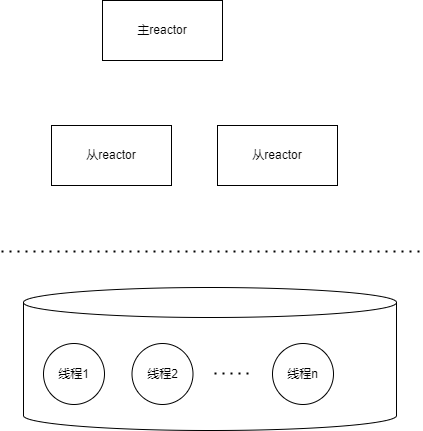
Before: CS/项目/仿muduo/整体框架图.drawio.png, a diagram exported from draw.io (sirius-zyj/Images). Source tidied: cells renumbered, new cells last; positions are measured from the earlier drawing's top-left corner, leaving out a move shared by most shapes. Source of this version:
```xml
<mxGraphModel background="#ffffff">
  <root>
    <mxCell id="0" />
    <mxCell id="1" parent="0" />
    <mxCell id="2" value="主reactor" style="rounded=0;whiteSpace=wrap;html=1;" parent="1" vertex="1">
      <mxGeometry x="101" width="120" height="60" as="geometry" />
    </mxCell>
    <mxCell id="3" value="从reactor" style="rounded=0;whiteSpace=wrap;html=1;" parent="1" vertex="1">
      <mxGeometry x="216" y="125" width="120" height="60" as="geometry" />
    </mxCell>
    <mxCell id="4" style="endArrow=none;dashed=1;html=1;dashPattern=1 3;strokeWidth=2;rounded=0;" parent="1" edge="1">
      <mxGeometry relative="1" as="geometry">
        <mxPoint y="251" as="sourcePoint" />
        <mxPoint x="420" y="251" as="targetPoint" />
      </mxGeometry>
    </mxCell>
    <mxCell id="5" value="从reactor" style="rounded=0;whiteSpace=wrap;html=1;" parent="1" vertex="1">
      <mxGeometry x="50" y="125" width="120" height="60" as="geometry" />
    </mxCell>
    <mxCell id="6" style="shape=cylinder3;whiteSpace=wrap;html=1;boundedLbl=1;backgroundOutline=1;size=15;" parent="1" vertex="1">
      <mxGeometry x="22" y="287" width="373" height="143" as="geometry" />
    </mxCell>
    <mxCell id="7" value="线程1" style="ellipse;whiteSpace=wrap;html=1;" parent="1" vertex="1">
      <mxGeometry x="42" y="343" width="61" height="61" as="geometry" />
    </mxCell>
    <mxCell id="8" value="线程2" style="ellipse;whiteSpace=wrap;html=1;" parent="1" vertex="1">
      <mxGeometry x="130.5" y="343" width="61" height="61" as="geometry" />
    </mxCell>
    <mxCell id="9" value="线程n" style="ellipse;whiteSpace=wrap;html=1;" parent="1" vertex="1">
      <mxGeometry x="271" y="343" width="61" height="61" as="geometry" />
    </mxCell>
    <mxCell id="10" style="endArrow=none;dashed=1;html=1;dashPattern=1 3;strokeWidth=2;rounded=0;entryX=0.609;entryY=0.601;entryDx=0;entryDy=0;entryPerimeter=0;" parent="1" edge="1" target="6">
      <mxGeometry relative="1" as="geometry">
        <mxPoint x="213" y="373" as="sourcePoint" />
      </mxGeometry>
    </mxCell>
  </root>
</mxGraphModel>
```
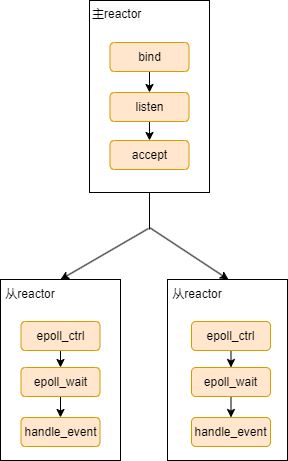
Later version of the same file.

Commit message:
更新整体框架图.drawio.png

The edit, as a diff of the source:
```diff
@@ -2,37 +2,83 @@
   <root>
     <mxCell id="0" />
     <mxCell id="1" parent="0" />
-    <mxCell id="2" value="主reactor" style="rounded=0;whiteSpace=wrap;html=1;" parent="1" vertex="1">
-      <mxGeometry x="101" width="120" height="60" as="geometry" />
+    <mxCell id="2" style="rounded=0;whiteSpace=wrap;html=1;" parent="1" vertex="1">
+      <mxGeometry x="139" y="-154" width="120" height="192" as="geometry" />
     </mxCell>
-    <mxCell id="3" value="从reactor" style="rounded=0;whiteSpace=wrap;html=1;" parent="1" vertex="1">
-      <mxGeometry x="216" y="125" width="120" height="60" as="geometry" />
-    </mxCell>
-    <mxCell id="4" style="endArrow=none;dashed=1;html=1;dashPattern=1 3;strokeWidth=2;rounded=0;" parent="1" edge="1">
-      <mxGeometry relative="1" as="geometry">
-        <mxPoint y="251" as="sourcePoint" />
-        <mxPoint x="420" y="251" as="targetPoint" />
-      </mxGeometry>
-    </mxCell>
-    <mxCell id="5" value="从reactor" style="rounded=0;whiteSpace=wrap;html=1;" parent="1" vertex="1">
-      <mxGeometry x="50" y="125" width="120" height="60" as="geometry" />
+    <mxCell id="5" style="rounded=0;whiteSpace=wrap;html=1;" parent="1" vertex="1">
+      <mxGeometry x="50" y="125" width="120" height="181" as="geometry" />
     </mxCell>
-    <mxCell id="6" style="shape=cylinder3;whiteSpace=wrap;html=1;boundedLbl=1;backgroundOutline=1;size=15;" parent="1" vertex="1">
-      <mxGeometry x="22" y="287" width="373" height="143" as="geometry" />
-    </mxCell>
-    <mxCell id="7" value="线程1" style="ellipse;whiteSpace=wrap;html=1;" parent="1" vertex="1">
-      <mxGeometry x="42" y="343" width="61" height="61" as="geometry" />
-    </mxCell>
-    <mxCell id="8" value="线程2" style="ellipse;whiteSpace=wrap;html=1;" parent="1" vertex="1">
-      <mxGeometry x="130.5" y="343" width="61" height="61" as="geometry" />
-    </mxCell>
-    <mxCell id="9" value="线程n" style="ellipse;whiteSpace=wrap;html=1;" parent="1" vertex="1">
-      <mxGeometry x="271" y="343" width="61" height="61" as="geometry" />
-    </mxCell>
-    <mxCell id="10" style="endArrow=none;dashed=1;html=1;dashPattern=1 3;strokeWidth=2;rounded=0;entryX=0.609;entryY=0.601;entryDx=0;entryDy=0;entryPerimeter=0;" parent="1" edge="1" target="6">
-      <mxGeometry relative="1" as="geometry">
-        <mxPoint x="213" y="373" as="sourcePoint" />
-      </mxGeometry>
-    </mxCell>
+    <mxCell id="11" style="endArrow=classic;html=1;rounded=0;entryX=0.5;entryY=0;entryDx=0;entryDy=0;" parent="1" edge="1" target="5">
+      <mxGeometry relative="1" as="geometry">
+        <mxPoint x="198" y="74" as="sourcePoint" />
+      </mxGeometry>
+    </mxCell>
+    <mxCell id="12" style="endArrow=classic;html=1;rounded=0;entryX=0.508;entryY=0;entryDx=0;entryDy=0;entryPerimeter=0;" parent="1" edge="1" target="15">
+      <mxGeometry relative="1" as="geometry">
+        <mxPoint x="199" y="73" as="sourcePoint" />
+      </mxGeometry>
+    </mxCell>
+    <mxCell id="13" style="endArrow=none;html=1;rounded=0;entryX=0.5;entryY=1;entryDx=0;entryDy=0;" parent="1" edge="1" target="2">
+      <mxGeometry relative="1" as="geometry">
+        <mxPoint x="199" y="75" as="sourcePoint" />
+      </mxGeometry>
+    </mxCell>
+    <mxCell id="14" value="从reactor" style="text;html=1;align=center;verticalAlign=middle;whiteSpace=wrap;rounded=0;" parent="1" vertex="1">
+      <mxGeometry x="50" y="125" width="60" height="30" as="geometry" />
+    </mxCell>
+    <mxCell id="15" style="rounded=0;whiteSpace=wrap;html=1;" parent="1" vertex="1">
+      <mxGeometry x="217" y="125" width="120" height="181" as="geometry" />
+    </mxCell>
+    <mxCell id="16" value="从reactor" style="text;html=1;align=center;verticalAlign=middle;whiteSpace=wrap;rounded=0;" parent="1" vertex="1">
+      <mxGeometry x="217" y="125" width="60" height="30" as="geometry" />
+    </mxCell>
+    <mxCell id="17" value="&lt;span style=&quot;color: rgb(0, 0, 0); font-family: Helvetica; font-size: 12px; font-style: normal; font-variant-ligatures: normal; font-variant-caps: normal; font-weight: 400; letter-spacing: normal; orphans: 2; text-align: center; text-indent: 0px; text-transform: none; widows: 2; word-spacing: 0px; -webkit-text-stroke-width: 0px; white-space: normal; background-color: rgb(251, 251, 251); text-decoration-thickness: initial; text-decoration-style: initial; text-decoration-color: initial; display: inline !important; float: none;&quot;&gt;主reactor&lt;/span&gt;" style="text;whiteSpace=wrap;html=1;" parent="1" vertex="1">
+      <mxGeometry x="140" y="-154" width="77" height="36" as="geometry" />
+    </mxCell>
+    <mxCell id="18" style="edgeStyle=orthogonalEdgeStyle;rounded=0;jettySize=auto;html=1;exitX=0.5;exitY=1;exitDx=0;exitDy=0;entryX=0.5;entryY=0;entryDx=0;entryDy=0;" parent="1" edge="1" source="19" target="21">
+      <mxGeometry relative="1" as="geometry" />
+    </mxCell>
+    <mxCell id="19" value="bind" style="rounded=1;whiteSpace=wrap;html=1;fillColor=#ffe6cc;strokeColor=#d79b00;" parent="1" vertex="1">
+      <mxGeometry x="159.5" y="-112" width="79" height="29" as="geometry" />
+    </mxCell>
+    <mxCell id="20" style="edgeStyle=orthogonalEdgeStyle;rounded=0;jettySize=auto;html=1;exitX=0.5;exitY=1;exitDx=0;exitDy=0;entryX=0.5;entryY=0;entryDx=0;entryDy=0;" parent="1" edge="1" source="21" target="22">
+      <mxGeometry relative="1" as="geometry" />
+    </mxCell>
+    <mxCell id="21" value="listen" style="rounded=1;whiteSpace=wrap;html=1;fillColor=#ffe6cc;strokeColor=#d79b00;" parent="1" vertex="1">
+      <mxGeometry x="159.5" y="-62" width="79" height="29" as="geometry" />
+    </mxCell>
+    <mxCell id="22" value="accept" style="rounded=1;whiteSpace=wrap;html=1;fillColor=#ffe6cc;strokeColor=#d79b00;" parent="1" vertex="1">
+      <mxGeometry x="159.5" y="-14" width="79" height="29" as="geometry" />
+    </mxCell>
+    <mxCell id="23" style="edgeStyle=orthogonalEdgeStyle;rounded=0;jettySize=auto;html=1;exitX=0.5;exitY=1;exitDx=0;exitDy=0;entryX=0.5;entryY=0;entryDx=0;entryDy=0;" parent="1" edge="1" source="24" target="26">
+      <mxGeometry relative="1" as="geometry" />
+    </mxCell>
+    <mxCell id="24" value="epoll_ctrl" style="rounded=1;whiteSpace=wrap;html=1;fillColor=#ffe6cc;strokeColor=#d79b00;" parent="1" vertex="1">
+      <mxGeometry x="70.5" y="167" width="79" height="29" as="geometry" />
+    </mxCell>
+    <mxCell id="25" style="edgeStyle=orthogonalEdgeStyle;rounded=0;jettySize=auto;html=1;exitX=0.5;exitY=1;exitDx=0;exitDy=0;entryX=0.5;entryY=0;entryDx=0;entryDy=0;" parent="1" edge="1" source="26" target="27">
+      <mxGeometry relative="1" as="geometry" />
+    </mxCell>
+    <mxCell id="26" value="epoll_wait" style="rounded=1;whiteSpace=wrap;html=1;fillColor=#ffe6cc;strokeColor=#d79b00;" parent="1" vertex="1">
+      <mxGeometry x="70.5" y="213" width="79" height="29" as="geometry" />
+    </mxCell>
+    <mxCell id="27" value="handle_event" style="rounded=1;whiteSpace=wrap;html=1;fillColor=#ffe6cc;strokeColor=#d79b00;" parent="1" vertex="1">
+      <mxGeometry x="70.5" y="263" width="79" height="29" as="geometry" />
+    </mxCell>
+    <mxCell id="28" style="edgeStyle=orthogonalEdgeStyle;rounded=0;jettySize=auto;html=1;exitX=0.5;exitY=1;exitDx=0;exitDy=0;entryX=0.5;entryY=0;entryDx=0;entryDy=0;" parent="1" edge="1" source="29" target="31">
+      <mxGeometry relative="1" as="geometry" />
+    </mxCell>
+    <mxCell id="29" value="epoll_ctrl" style="rounded=1;whiteSpace=wrap;html=1;fillColor=#ffe6cc;strokeColor=#d79b00;" parent="1" vertex="1">
+      <mxGeometry x="241" y="167" width="79" height="29" as="geometry" />
+    </mxCell>
+    <mxCell id="30" style="edgeStyle=orthogonalEdgeStyle;rounded=0;jettySize=auto;html=1;exitX=0.5;exitY=1;exitDx=0;exitDy=0;entryX=0.5;entryY=0;entryDx=0;entryDy=0;" parent="1" edge="1" source="31" target="32">
+      <mxGeometry relative="1" as="geometry" />
+    </mxCell>
+    <mxCell id="31" value="epoll_wait" style="rounded=1;whiteSpace=wrap;html=1;fillColor=#ffe6cc;strokeColor=#d79b00;" parent="1" vertex="1">
+      <mxGeometry x="241" y="213" width="79" height="29" as="geometry" />
+    </mxCell>
+    <mxCell id="32" value="handle_event" style="rounded=1;whiteSpace=wrap;html=1;fillColor=#ffe6cc;strokeColor=#d79b00;" parent="1" vertex="1">
+      <mxGeometry x="241" y="263" width="79" height="29" as="geometry" />
+    </mxCell>
   </root>
 </mxGraphModel>
```
